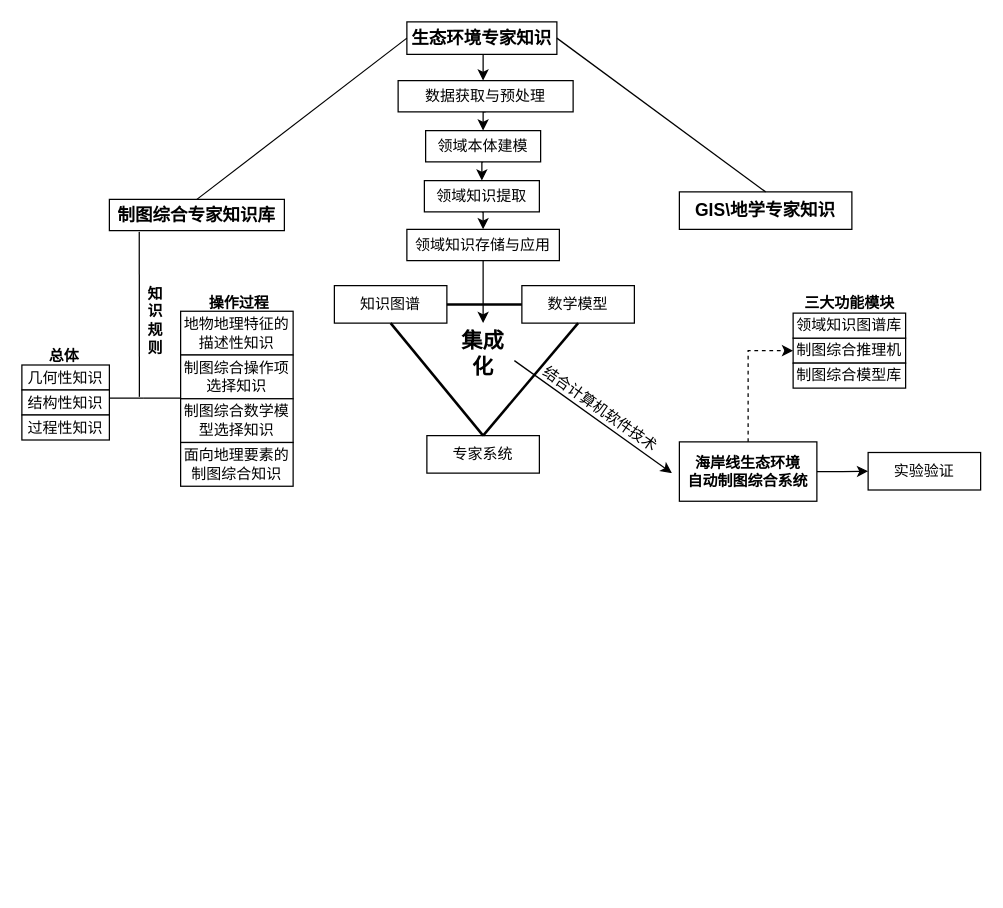
Above: KG CG.drawio in huxinkan517/DRAW.IO (draw.io), before the change. Source tidied: cells renumbered, new cells numbered last; positions are measured from the earlier drawing's top-left corner, leaving out a move shared by most shapes. Both pictures are drawn from the tidied source at 125%, with x=0, y=0 at pixel (21, 21).
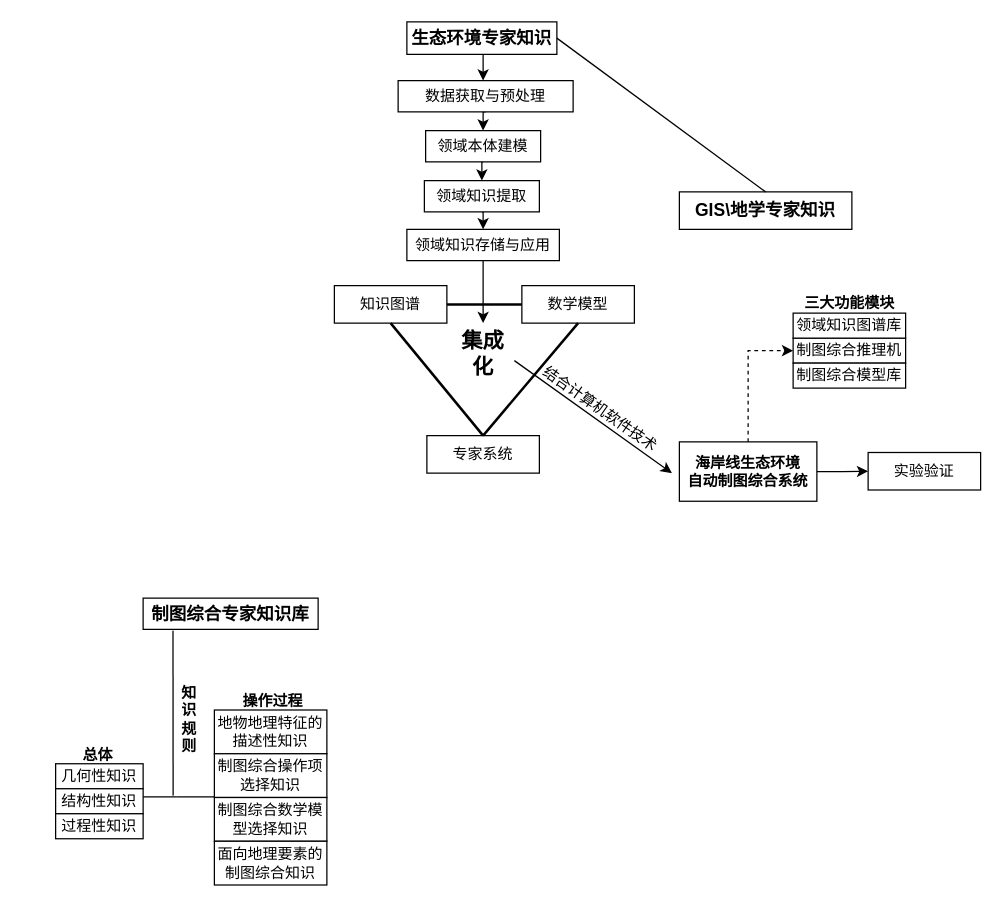
After the change.

Unchanged cells that the change refers to:
```xml
<mxCell id="9" value="&lt;span style=&quot;font-size: 10.5pt&quot;&gt;生态环境专家知识&lt;/span&gt;" style="rounded=0;whiteSpace=wrap;html=1;fontStyle=1;" parent="1" vertex="1">
  <mxGeometry x="308" width="120" height="26" as="geometry" />
</mxCell>
```

Change to the diagram source:
```diff
@@
     <mxCell id="6" value="&lt;span style=&quot;font-size: 10.5pt&quot;&gt;制图综合专家知识库&lt;/span&gt;" style="rounded=0;whiteSpace=wrap;html=1;fontStyle=1;" parent="1" vertex="1">
-      <mxGeometry x="70" y="142" width="140" height="25" as="geometry" />
+      <mxGeometry x="97" y="461" width="140" height="25" as="geometry" />
     </mxCell>
@@
     <mxCell id="16" value="几何性知识" style="rounded=0;whiteSpace=wrap;html=1;" parent="1" vertex="1">
-      <mxGeometry y="274.5" width="70" height="20" as="geometry" />
+      <mxGeometry x="27" y="593.5" width="70" height="20" as="geometry" />
     </mxCell>
     <mxCell id="17" value="结构性知识" style="rounded=0;whiteSpace=wrap;html=1;" parent="1" vertex="1">
-      <mxGeometry y="294.5" width="70" height="20" as="geometry" />
+      <mxGeometry x="27" y="613.5" width="70" height="20" as="geometry" />
     </mxCell>
     <mxCell id="18" value="过程性知识" style="rounded=0;whiteSpace=wrap;html=1;" parent="1" vertex="1">
-      <mxGeometry y="314.5" width="70" height="20" as="geometry" />
+      <mxGeometry x="27" y="633.5" width="70" height="20" as="geometry" />
     </mxCell>
     <mxCell id="19" value="地物地理特征的描述性知识" style="rounded=0;whiteSpace=wrap;html=1;" parent="1" vertex="1">
-      <mxGeometry x="127" y="231.5" width="90" height="35" as="geometry" />
+      <mxGeometry x="154" y="550.5" width="90" height="35" as="geometry" />
     </mxCell>
     <mxCell id="20" value="制图综合操作项选择知识" style="rounded=0;whiteSpace=wrap;html=1;" parent="1" vertex="1">
-      <mxGeometry x="127" y="266.5" width="90" height="35" as="geometry" />
+      <mxGeometry x="154" y="585.5" width="90" height="35" as="geometry" />
     </mxCell>
     <mxCell id="21" value="制图综合数学模型选择知识" style="rounded=0;whiteSpace=wrap;html=1;" parent="1" vertex="1">
-      <mxGeometry x="127" y="301.5" width="90" height="35" as="geometry" />
+      <mxGeometry x="154" y="620.5" width="90" height="35" as="geometry" />
     </mxCell>
     <mxCell id="22" value="面向地理要素的制图综合知识" style="rounded=0;whiteSpace=wrap;html=1;" parent="1" vertex="1">
-      <mxGeometry x="127" y="336.5" width="90" height="35" as="geometry" />
+      <mxGeometry x="154" y="655.5" width="90" height="35" as="geometry" />
     </mxCell>
@@
     <mxCell id="26" style="endArrow=none;html=1;rounded=0;fontSize=12;entryX=0.171;entryY=1.08;entryDx=0;entryDy=0;entryPerimeter=0;" parent="1" edge="1">
       <mxGeometry relative="1" as="geometry">
-        <mxPoint x="94" y="300" as="sourcePoint" />
-        <mxPoint x="93.9" y="168" as="targetPoint" />
+        <mxPoint x="121" y="619" as="sourcePoint" />
+        <mxPoint x="120.9" y="487" as="targetPoint" />
       </mxGeometry>
     </mxCell>
     <mxCell id="27" style="endArrow=none;html=1;rounded=0;fontSize=12;" parent="1" edge="1">
       <mxGeometry relative="1" as="geometry">
-        <mxPoint x="127" y="301" as="sourcePoint" />
-        <mxPoint x="97" y="301" as="targetPoint" />
+        <mxPoint x="154" y="620" as="sourcePoint" />
+        <mxPoint x="124" y="620" as="targetPoint" />
       </mxGeometry>
     </mxCell>
     <mxCell id="28" style="endArrow=none;html=1;rounded=0;fontSize=12;" parent="1" edge="1">
       <mxGeometry relative="1" as="geometry">
-        <mxPoint x="97" y="301" as="sourcePoint" />
-        <mxPoint x="70" y="301" as="targetPoint" />
+        <mxPoint x="124" y="620" as="sourcePoint" />
+        <mxPoint x="97" y="620" as="targetPoint" />
       </mxGeometry>
     </mxCell>
     <mxCell id="29" value="知识规则" style="text;html=1;strokeColor=none;fillColor=none;align=center;verticalAlign=middle;whiteSpace=wrap;rounded=0;dashed=1;fontSize=12;fontStyle=1;" parent="1" vertex="1">
-      <mxGeometry x="97" y="191" width="20" height="96.5" as="geometry" />
+      <mxGeometry x="124" y="510" width="20" height="96.5" as="geometry" />
     </mxCell>
     <mxCell id="30" value="总体" style="text;html=1;strokeColor=none;fillColor=none;align=center;verticalAlign=middle;whiteSpace=wrap;rounded=0;dashed=1;fontSize=12;fontStyle=1;" parent="1" vertex="1">
-      <mxGeometry x="4" y="253" width="60" height="30" as="geometry" />
+      <mxGeometry x="31" y="572" width="60" height="30" as="geometry" />
     </mxCell>
     <mxCell id="31" value="操作过程" style="text;html=1;strokeColor=none;fillColor=none;align=center;verticalAlign=middle;whiteSpace=wrap;rounded=0;dashed=1;fontSize=12;fontStyle=1;" parent="1" vertex="1">
-      <mxGeometry x="144" y="209.5" width="60" height="30" as="geometry" />
+      <mxGeometry x="171" y="528.5" width="60" height="30" as="geometry" />
     </mxCell>
@@
-    <mxCell id="44" style="endArrow=none;html=1;rounded=0;fontSize=12;entryX=0;entryY=0.5;entryDx=0;entryDy=0;exitX=0.5;exitY=0;exitDx=0;exitDy=0;" parent="1" edge="1" source="6" target="9">
-      <mxGeometry relative="1" as="geometry" />
-    </mxCell>
```
